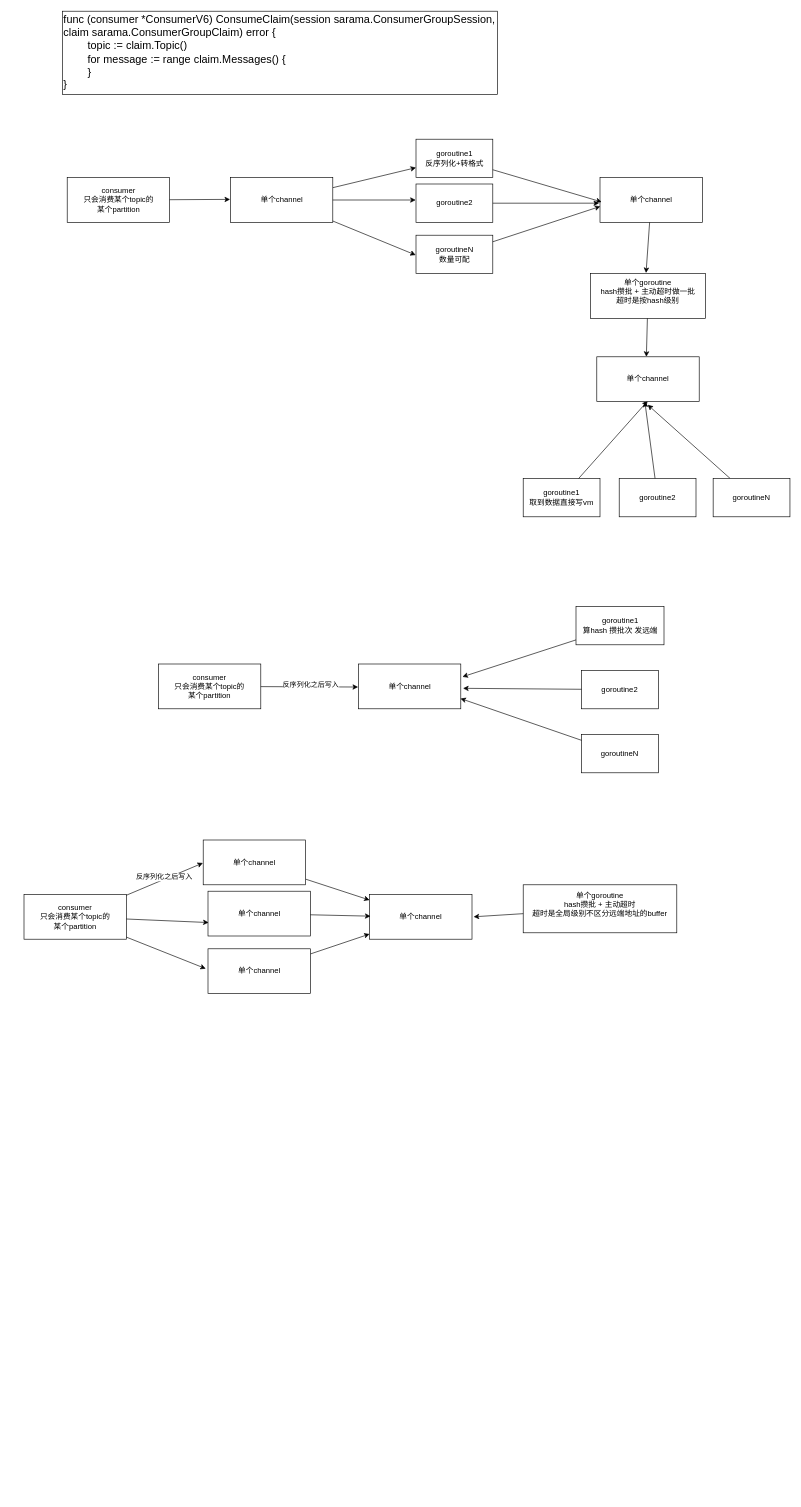
This is 未命名绘图.drawio from jingb/pythonRepo, a draw.io file, before an edit. Source tidied: cells renumbered, new cells numbered last; positions are measured from the earlier drawing's top-left corner, leaving out a move shared by most shapes. Both pictures are drawn from the tidied source at 64%, with x=0, y=0 at pixel (24, 11).
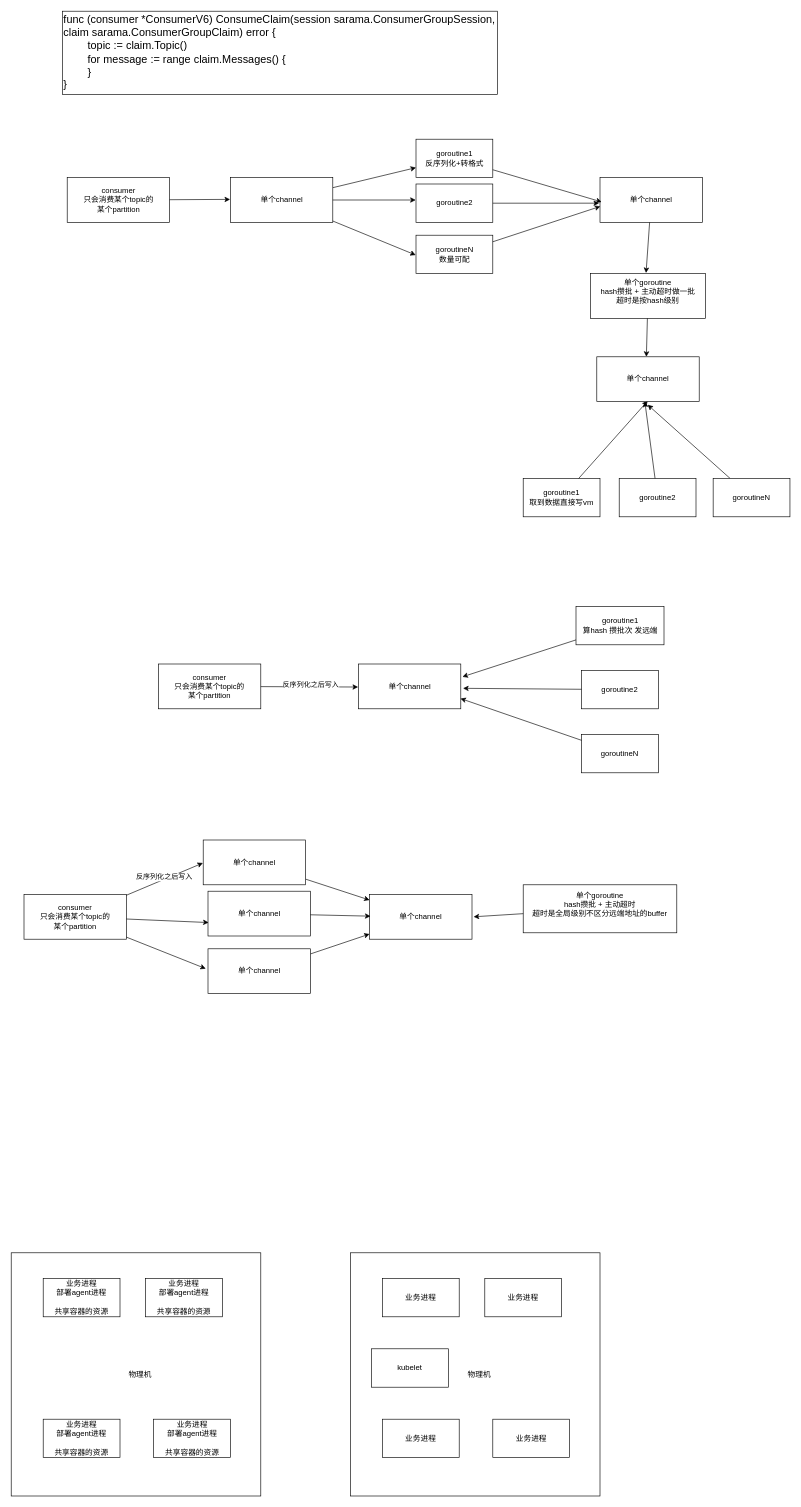
The same diagram, later.

Commit message:
更新未命名绘图.drawio

Diff of the diagram source:
```diff
@@
+    <mxCell id="50" value="&amp;nbsp; &amp;nbsp; 物理机" style="rounded=0;whiteSpace=wrap;html=1;" parent="1" vertex="1">
+      <mxGeometry x="-20" y="1940" width="390" height="380" as="geometry" />
+    </mxCell>
+    <mxCell id="51" value="业务进程&lt;br&gt;部署agent进程&lt;br&gt;&lt;br&gt;共享容器的资源" style="rounded=0;whiteSpace=wrap;html=1;" parent="1" vertex="1">
+      <mxGeometry x="30" y="1980" width="120" height="60" as="geometry" />
+    </mxCell>
+    <mxCell id="52" value="业务进程&lt;br&gt;部署agent进程&lt;br&gt;&lt;br&gt;共享容器的资源" style="rounded=0;whiteSpace=wrap;html=1;" parent="1" vertex="1">
+      <mxGeometry x="190" y="1980" width="120" height="60" as="geometry" />
+    </mxCell>
+    <mxCell id="53" value="业务进程&lt;br&gt;部署agent进程&lt;br&gt;&lt;br&gt;共享容器的资源" style="rounded=0;whiteSpace=wrap;html=1;" parent="1" vertex="1">
+      <mxGeometry x="30" y="2200" width="120" height="60" as="geometry" />
+    </mxCell>
+    <mxCell id="54" value="业务进程&lt;br&gt;部署agent进程&lt;br&gt;&lt;br&gt;共享容器的资源" style="rounded=0;whiteSpace=wrap;html=1;" parent="1" vertex="1">
+      <mxGeometry x="202.5" y="2200" width="120" height="60" as="geometry" />
+    </mxCell>
+    <mxCell id="55" value="&amp;nbsp; &amp;nbsp; 物理机" style="rounded=0;whiteSpace=wrap;html=1;" parent="1" vertex="1">
+      <mxGeometry x="510" y="1940" width="390" height="380" as="geometry" />
+    </mxCell>
+    <mxCell id="56" value="业务进程" style="rounded=0;whiteSpace=wrap;html=1;" parent="1" vertex="1">
+      <mxGeometry x="560" y="1980" width="120" height="60" as="geometry" />
+    </mxCell>
+    <mxCell id="57" value="业务进程" style="rounded=0;whiteSpace=wrap;html=1;" parent="1" vertex="1">
+      <mxGeometry x="720" y="1980" width="120" height="60" as="geometry" />
+    </mxCell>
+    <mxCell id="58" value="业务进程" style="rounded=0;whiteSpace=wrap;html=1;" parent="1" vertex="1">
+      <mxGeometry x="560" y="2200" width="120" height="60" as="geometry" />
+    </mxCell>
+    <mxCell id="59" value="业务进程" style="rounded=0;whiteSpace=wrap;html=1;" parent="1" vertex="1">
+      <mxGeometry x="732.5" y="2200" width="120" height="60" as="geometry" />
+    </mxCell>
+    <mxCell id="60" value="kubelet" style="rounded=0;whiteSpace=wrap;html=1;" parent="1" vertex="1">
+      <mxGeometry x="543" y="2090" width="120" height="60" as="geometry" />
+    </mxCell>
```
